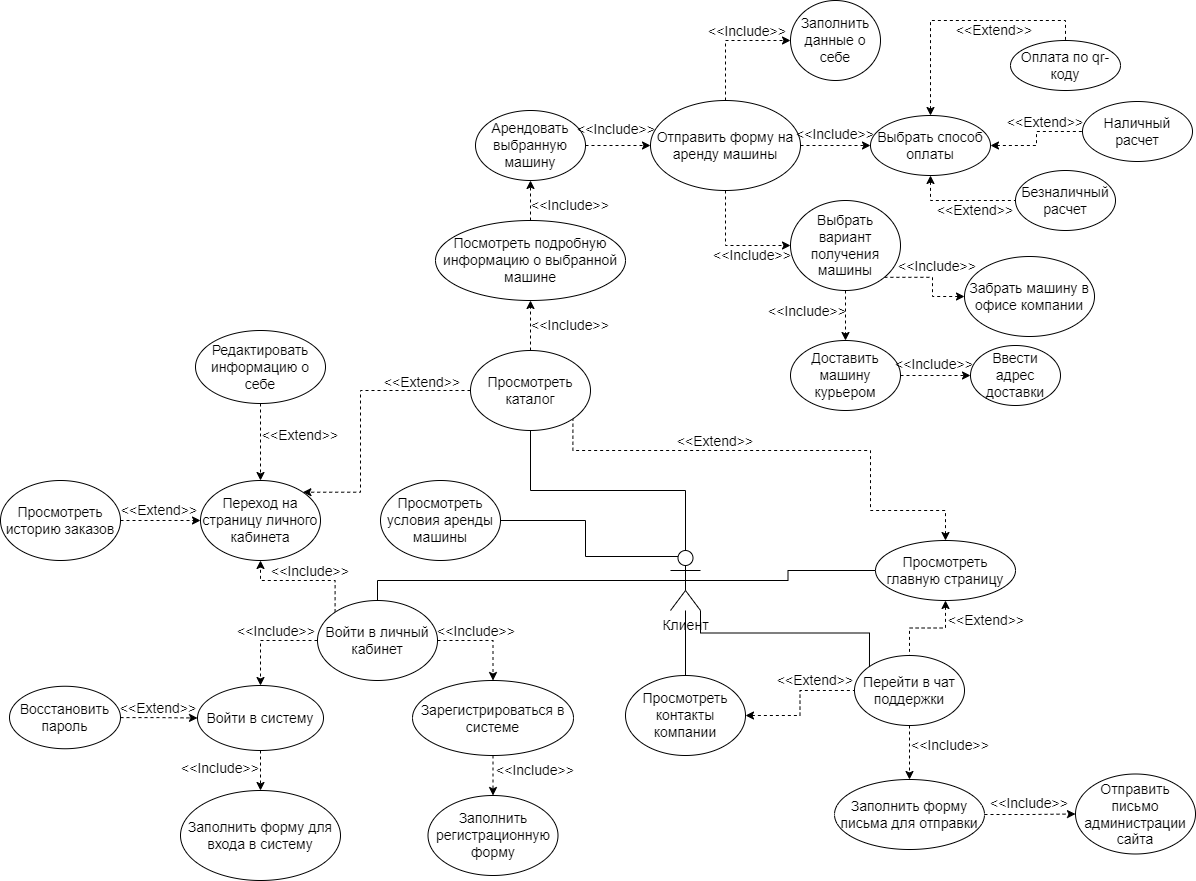
Earlier version of the draw.io export Diagrams/Диаграмма прецедентов (Use-case diagram)/Use Case-Клиент.drawio.png (plnppt/Programming-technologies-project). Source tidied: cells renumbered, new cells last; positions are measured from the earlier drawing's top-left corner, leaving out a move shared by most shapes.
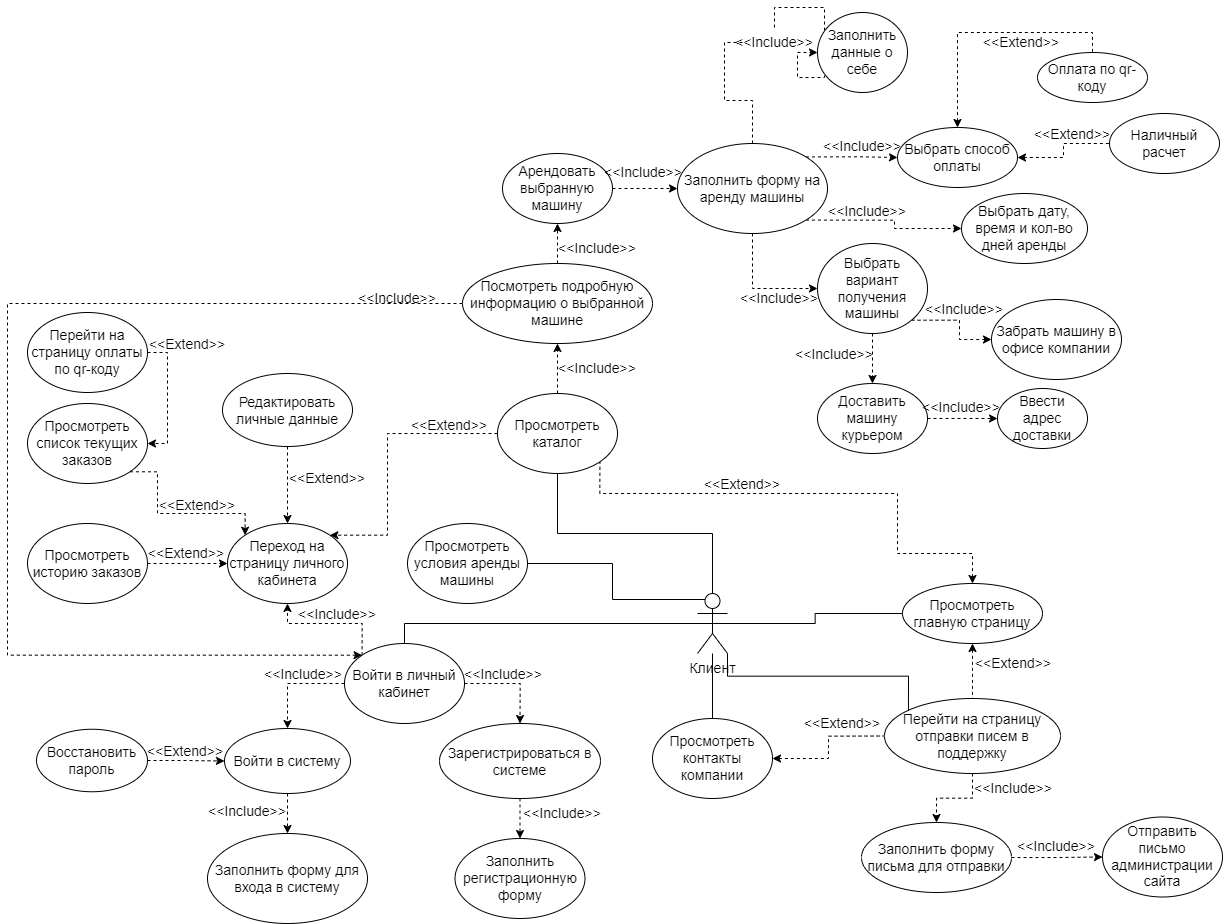
Above is the later version.

Change to the diagram source:
```diff
@@ -95,12 +95,20 @@
     <mxCell id="28" style="edgeStyle=orthogonalEdgeStyle;rounded=0;jettySize=auto;html=1;exitX=0.5;exitY=1;exitDx=0;exitDy=0;entryX=0.5;entryY=0;entryDx=0;entryDy=0;fontSize=14;dashed=1;" parent="1" edge="1" source="29" target="54">
       <mxGeometry relative="1" as="geometry" />
     </mxCell>
-    <mxCell id="29" value="Перейти в чат поддержки" style="ellipse;whiteSpace=wrap;html=1;fontSize=14;" parent="1" vertex="1">
-      <mxGeometry x="854" y="655" width="110" height="70" as="geometry" />
+    <mxCell id="29" value="Перейти на страницу отправки писем в поддержку" style="ellipse;whiteSpace=wrap;html=1;fontSize=14;" parent="1" vertex="1">
+      <mxGeometry x="857" y="655" width="176" height="75" as="geometry" />
     </mxCell>
     <mxCell id="30" style="edgeStyle=orthogonalEdgeStyle;rounded=0;jettySize=auto;html=1;exitX=0.5;exitY=0;exitDx=0;exitDy=0;entryX=0.5;entryY=1;entryDx=0;entryDy=0;fontSize=14;dashed=1;" parent="1" edge="1" source="31" target="33">
       <mxGeometry relative="1" as="geometry" />
     </mxCell>
+    <mxCell id="89" style="edgeStyle=orthogonalEdgeStyle;rounded=0;jettySize=auto;html=1;entryX=0;entryY=0;entryDx=0;entryDy=0;dashed=1;" parent="1" edge="1" source="31" target="19">
+      <mxGeometry relative="1" as="geometry">
+        <Array as="points">
+          <mxPoint x="-20" y="260" />
+          <mxPoint x="-20" y="612" />
+        </Array>
+      </mxGeometry>
+    </mxCell>
     <mxCell id="31" value="Посмотреть подробную информацию о выбранной машине" style="ellipse;whiteSpace=wrap;html=1;fontSize=14;" parent="1" vertex="1">
       <mxGeometry x="435" y="220" width="190" height="80" as="geometry" />
     </mxCell>
@@ -110,32 +118,32 @@
     <mxCell id="33" value="Арендовать выбранную машину" style="ellipse;whiteSpace=wrap;html=1;fontSize=14;" parent="1" vertex="1">
       <mxGeometry x="475" y="110" width="110" height="70" as="geometry" />
     </mxCell>
-    <mxCell id="34" style="edgeStyle=orthogonalEdgeStyle;rounded=0;jettySize=auto;html=1;exitX=0.5;exitY=0;exitDx=0;exitDy=0;entryX=0;entryY=0.5;entryDx=0;entryDy=0;fontSize=14;dashed=1;" parent="1" edge="1" source="37" target="38">
+    <mxCell id="34" style="edgeStyle=orthogonalEdgeStyle;rounded=0;jettySize=auto;html=1;exitX=0.5;exitY=0;exitDx=0;exitDy=0;entryX=0;entryY=0.5;entryDx=0;entryDy=0;fontSize=14;dashed=1;startArrow=none;" parent="1" edge="1" source="59" target="38">
       <mxGeometry relative="1" as="geometry" />
     </mxCell>
     <mxCell id="35" style="edgeStyle=orthogonalEdgeStyle;rounded=0;jettySize=auto;html=1;exitX=0.5;exitY=1;exitDx=0;exitDy=0;entryX=0;entryY=0.5;entryDx=0;entryDy=0;fontSize=14;dashed=1;" parent="1" edge="1" source="37" target="45">
       <mxGeometry relative="1" as="geometry" />
     </mxCell>
-    <mxCell id="36" style="edgeStyle=orthogonalEdgeStyle;rounded=0;jettySize=auto;html=1;exitX=1;exitY=0.5;exitDx=0;exitDy=0;entryX=0;entryY=0.5;entryDx=0;entryDy=0;fontSize=14;dashed=1;" parent="1" edge="1" source="37" target="42">
+    <mxCell id="36" style="edgeStyle=orthogonalEdgeStyle;rounded=0;jettySize=auto;html=1;exitX=1;exitY=0;exitDx=0;exitDy=0;entryX=0;entryY=0.5;entryDx=0;entryDy=0;fontSize=14;dashed=1;" parent="1" edge="1" source="37" target="42">
       <mxGeometry relative="1" as="geometry" />
     </mxCell>
+    <mxCell id="90" style="edgeStyle=orthogonalEdgeStyle;rounded=0;jettySize=auto;html=1;exitX=1;exitY=1;exitDx=0;exitDy=0;entryX=0;entryY=0.5;entryDx=0;entryDy=0;dashed=1;" parent="1" edge="1" source="37" target="93">
+      <mxGeometry relative="1" as="geometry" />
+    </mxCell>
-    <mxCell id="37" value="Отправить форму на аренду машины" style="ellipse;whiteSpace=wrap;html=1;fontSize=14;" parent="1" vertex="1">
+    <mxCell id="37" value="Заполнить форму на аренду машины" style="ellipse;whiteSpace=wrap;html=1;fontSize=14;" parent="1" vertex="1">
       <mxGeometry x="650" y="100" width="150" height="90" as="geometry" />
     </mxCell>
     <mxCell id="38" value="Заполнить данные о себе" style="ellipse;whiteSpace=wrap;html=1;fontSize=14;" parent="1" vertex="1">
-      <mxGeometry x="790" width="90" height="80" as="geometry" />
+      <mxGeometry x="790" y="-31" width="90" height="80" as="geometry" />
     </mxCell>
     <mxCell id="39" style="edgeStyle=orthogonalEdgeStyle;rounded=0;jettySize=auto;html=1;exitX=0.5;exitY=0;exitDx=0;exitDy=0;entryX=0.5;entryY=0;entryDx=0;entryDy=0;dashed=1;fontSize=14;startArrow=classic;startFill=1;endArrow=none;endFill=0;" parent="1" edge="1" source="42" target="46">
       <mxGeometry relative="1" as="geometry" />
     </mxCell>
-    <mxCell id="40" style="edgeStyle=orthogonalEdgeStyle;rounded=0;jettySize=auto;html=1;exitX=0.5;exitY=1;exitDx=0;exitDy=0;entryX=0;entryY=0.5;entryDx=0;entryDy=0;dashed=1;fontSize=14;startArrow=classic;startFill=1;endArrow=none;endFill=0;" parent="1" edge="1" source="42" target="48">
-      <mxGeometry relative="1" as="geometry" />
-    </mxCell>
     <mxCell id="41" style="edgeStyle=orthogonalEdgeStyle;rounded=0;jettySize=auto;html=1;exitX=1;exitY=0.5;exitDx=0;exitDy=0;entryX=0;entryY=0.5;entryDx=0;entryDy=0;dashed=1;fontSize=14;startArrow=classic;startFill=1;endArrow=none;endFill=0;" parent="1" edge="1" source="42" target="47">
       <mxGeometry relative="1" as="geometry" />
     </mxCell>
     <mxCell id="42" value="Выбрать способ оплаты" style="ellipse;whiteSpace=wrap;html=1;fontSize=14;" parent="1" vertex="1">
-      <mxGeometry x="870" y="115" width="120" height="60" as="geometry" />
+      <mxGeometry x="870" y="84" width="120" height="60" as="geometry" />
     </mxCell>
     <mxCell id="43" style="edgeStyle=orthogonalEdgeStyle;rounded=0;jettySize=auto;html=1;exitX=0.5;exitY=1;exitDx=0;exitDy=0;entryX=0.5;entryY=0;entryDx=0;entryDy=0;dashed=1;fontSize=14;startArrow=none;startFill=0;endArrow=classic;endFill=1;" parent="1" edge="1" source="45" target="50">
       <mxGeometry relative="1" as="geometry" />
@@ -147,14 +155,11 @@
       <mxGeometry x="790" y="200" width="110" height="90" as="geometry" />
     </mxCell>
     <mxCell id="46" value="Оплата по qr-коду" style="ellipse;whiteSpace=wrap;html=1;fontSize=14;" parent="1" vertex="1">
-      <mxGeometry x="1010" y="40" width="110" height="50" as="geometry" />
+      <mxGeometry x="1010" y="9" width="110" height="50" as="geometry" />
     </mxCell>
     <mxCell id="47" value="Наличный расчет" style="ellipse;whiteSpace=wrap;html=1;fontSize=14;" parent="1" vertex="1">
-      <mxGeometry x="1082" y="101" width="110" height="60" as="geometry" />
+      <mxGeometry x="1082" y="70" width="110" height="60" as="geometry" />
     </mxCell>
-    <mxCell id="48" value="Безналичный расчет" style="ellipse;whiteSpace=wrap;html=1;fontSize=14;" parent="1" vertex="1">
-      <mxGeometry x="1015" y="170" width="100" height="60" as="geometry" />
-    </mxCell>
     <mxCell id="49" style="edgeStyle=orthogonalEdgeStyle;rounded=0;jettySize=auto;html=1;entryX=0;entryY=0.5;entryDx=0;entryDy=0;dashed=1;fontSize=14;startArrow=none;startFill=0;endArrow=classic;endFill=1;" parent="1" edge="1" source="50" target="51">
       <mxGeometry relative="1" as="geometry" />
     </mxCell>
@@ -185,14 +190,11 @@
     <mxCell id="58" value="&amp;lt;&amp;lt;Include&amp;gt;&amp;gt;" style="text;html=1;strokeColor=none;fillColor=none;align=center;verticalAlign=middle;whiteSpace=wrap;rounded=0;fontSize=14;" parent="1" vertex="1">
       <mxGeometry x="586" y="114" width="60" height="30" as="geometry" />
     </mxCell>
-    <mxCell id="59" value="&amp;lt;&amp;lt;Include&amp;gt;&amp;gt;" style="text;html=1;strokeColor=none;fillColor=none;align=center;verticalAlign=middle;whiteSpace=wrap;rounded=0;fontSize=14;" parent="1" vertex="1">
-      <mxGeometry x="717" y="16" width="60" height="30" as="geometry" />
-    </mxCell>
     <mxCell id="60" value="&amp;lt;&amp;lt;Include&amp;gt;&amp;gt;" style="text;html=1;strokeColor=none;fillColor=none;align=center;verticalAlign=middle;whiteSpace=wrap;rounded=0;fontSize=14;" parent="1" vertex="1">
       <mxGeometry x="722" y="240" width="60" height="30" as="geometry" />
     </mxCell>
     <mxCell id="61" value="&amp;lt;&amp;lt;Include&amp;gt;&amp;gt;" style="text;html=1;strokeColor=none;fillColor=none;align=center;verticalAlign=middle;whiteSpace=wrap;rounded=0;fontSize=14;" parent="1" vertex="1">
-      <mxGeometry x="805" y="119" width="60" height="30" as="geometry" />
+      <mxGeometry x="805" y="88" width="60" height="30" as="geometry" />
     </mxCell>
     <mxCell id="62" value="&amp;lt;&amp;lt;Include&amp;gt;&amp;gt;" style="text;html=1;strokeColor=none;fillColor=none;align=center;verticalAlign=middle;whiteSpace=wrap;rounded=0;fontSize=14;" parent="1" vertex="1">
       <mxGeometry x="777" y="296" width="60" height="30" as="geometry" />
@@ -216,7 +218,7 @@
       <mxGeometry x="505" y="755" width="60" height="30" as="geometry" />
     </mxCell>
     <mxCell id="69" value="&amp;lt;&amp;lt;Include&amp;gt;&amp;gt;" style="text;html=1;strokeColor=none;fillColor=none;align=center;verticalAlign=middle;whiteSpace=wrap;rounded=0;fontSize=14;" parent="1" vertex="1">
-      <mxGeometry x="920" y="730" width="60" height="30" as="geometry" />
+      <mxGeometry x="956" y="730" width="60" height="30" as="geometry" />
     </mxCell>
     <mxCell id="70" value="&amp;lt;&amp;lt;Include&amp;gt;&amp;gt;" style="text;html=1;strokeColor=none;fillColor=none;align=center;verticalAlign=middle;whiteSpace=wrap;rounded=0;fontSize=14;" parent="1" vertex="1">
       <mxGeometry x="999" y="787.5" width="60" height="30" as="geometry" />
@@ -225,13 +227,10 @@
       <mxGeometry x="785" y="665" width="60" height="30" as="geometry" />
     </mxCell>
     <mxCell id="72" value="&amp;lt;&amp;lt;Extend&amp;gt;&amp;gt;" style="text;html=1;strokeColor=none;fillColor=none;align=center;verticalAlign=middle;whiteSpace=wrap;rounded=0;fontSize=14;" parent="1" vertex="1">
-      <mxGeometry x="964" y="15" width="60" height="30" as="geometry" />
+      <mxGeometry x="964" y="-16" width="60" height="30" as="geometry" />
     </mxCell>
-    <mxCell id="73" value="&amp;lt;&amp;lt;Extend&amp;gt;&amp;gt;" style="text;html=1;strokeColor=none;fillColor=none;align=center;verticalAlign=middle;whiteSpace=wrap;rounded=0;fontSize=14;" parent="1" vertex="1">
-      <mxGeometry x="945" y="195" width="60" height="30" as="geometry" />
-    </mxCell>
     <mxCell id="74" value="&amp;lt;&amp;lt;Extend&amp;gt;&amp;gt;" style="text;html=1;strokeColor=none;fillColor=none;align=center;verticalAlign=middle;whiteSpace=wrap;rounded=0;fontSize=14;" parent="1" vertex="1">
-      <mxGeometry x="1015" y="107" width="60" height="30" as="geometry" />
+      <mxGeometry x="1015" y="76" width="60" height="30" as="geometry" />
     </mxCell>
     <mxCell id="75" value="&amp;lt;&amp;lt;Extend&amp;gt;&amp;gt;" style="text;html=1;strokeColor=none;fillColor=none;align=center;verticalAlign=middle;whiteSpace=wrap;rounded=0;fontSize=14;" parent="1" vertex="1">
       <mxGeometry x="685" y="426" width="60" height="30" as="geometry" />
@@ -257,7 +256,7 @@
     <mxCell id="82" style="edgeStyle=orthogonalEdgeStyle;rounded=0;jettySize=auto;html=1;entryX=0.5;entryY=0;entryDx=0;entryDy=0;fontSize=14;startArrow=none;startFill=0;endArrow=classic;endFill=1;dashed=1;" parent="1" edge="1" source="83" target="77">
       <mxGeometry relative="1" as="geometry" />
     </mxCell>
-    <mxCell id="83" value="Редактировать информацию о себе" style="ellipse;whiteSpace=wrap;html=1;fontSize=14;" parent="1" vertex="1">
+    <mxCell id="83" value="Редактировать личные данные" style="ellipse;whiteSpace=wrap;html=1;fontSize=14;" parent="1" vertex="1">
       <mxGeometry x="195" y="330" width="130" height="73" as="geometry" />
     </mxCell>
     <mxCell id="84" value="&amp;lt;&amp;lt;Extend&amp;gt;&amp;gt;" style="text;html=1;strokeColor=none;fillColor=none;align=center;verticalAlign=middle;whiteSpace=wrap;rounded=0;fontSize=14;" parent="1" vertex="1">
@@ -275,5 +274,49 @@
     <mxCell id="88" value="&amp;lt;&amp;lt;Extend&amp;gt;&amp;gt;" style="text;html=1;strokeColor=none;fillColor=none;align=center;verticalAlign=middle;whiteSpace=wrap;rounded=0;fontSize=14;" parent="1" vertex="1">
       <mxGeometry x="128" y="693" width="60" height="30" as="geometry" />
     </mxCell>
+    <mxCell id="91" value="&lt;font style=&quot;font-size: 14px;&quot;&gt;&amp;lt;&amp;lt;Include&amp;gt;&amp;gt;&lt;/font&gt;" style="text;html=1;strokeColor=none;fillColor=none;align=center;verticalAlign=middle;whiteSpace=wrap;rounded=0;" parent="1" vertex="1">
+      <mxGeometry x="340" y="240" width="60" height="30" as="geometry" />
+    </mxCell>
+    <mxCell id="92" style="edgeStyle=orthogonalEdgeStyle;rounded=0;jettySize=auto;html=1;exitX=0.5;exitY=0;exitDx=0;exitDy=0;entryX=0;entryY=0.5;entryDx=0;entryDy=0;fontSize=14;dashed=1;endArrow=none;" parent="1" edge="1" source="37" target="59">
+      <mxGeometry relative="1" as="geometry" />
+    </mxCell>
+    <mxCell id="59" value="&amp;lt;&amp;lt;Include&amp;gt;&amp;gt;" style="text;html=1;strokeColor=none;fillColor=none;align=center;verticalAlign=middle;whiteSpace=wrap;rounded=0;fontSize=14;" parent="1" vertex="1">
+      <mxGeometry x="717" y="-16" width="60" height="30" as="geometry" />
+    </mxCell>
+    <mxCell id="93" value="Выбрать дату, время и кол-во дней аренды" style="ellipse;whiteSpace=wrap;html=1;fontSize=14;" parent="1" vertex="1">
+      <mxGeometry x="934" y="150" width="126" height="70" as="geometry" />
+    </mxCell>
+    <mxCell id="94" value="&amp;lt;&amp;lt;Include&amp;gt;&amp;gt;" style="text;html=1;strokeColor=none;fillColor=none;align=center;verticalAlign=middle;whiteSpace=wrap;rounded=0;fontSize=14;" parent="1" vertex="1">
+      <mxGeometry x="810" y="153" width="60" height="30" as="geometry" />
+    </mxCell>
+    <mxCell id="95" style="edgeStyle=orthogonalEdgeStyle;rounded=0;jettySize=auto;html=1;exitX=1;exitY=1;exitDx=0;exitDy=0;entryX=0;entryY=0;entryDx=0;entryDy=0;dashed=1;" parent="1" edge="1" source="96" target="77">
+      <mxGeometry relative="1" as="geometry">
+        <Array as="points">
+          <mxPoint x="130" y="428" />
+          <mxPoint x="130" y="470" />
+          <mxPoint x="218" y="470" />
+        </Array>
+      </mxGeometry>
+    </mxCell>
+    <mxCell id="96" value="Просмотреть список текущих заказов" style="ellipse;whiteSpace=wrap;html=1;fontSize=14;" parent="1" vertex="1">
+      <mxGeometry y="360" width="120" height="80" as="geometry" />
+    </mxCell>
+    <mxCell id="97" value="&amp;lt;&amp;lt;Extend&amp;gt;&amp;gt;" style="text;html=1;strokeColor=none;fillColor=none;align=center;verticalAlign=middle;whiteSpace=wrap;rounded=0;fontSize=14;" parent="1" vertex="1">
+      <mxGeometry x="140" y="447" width="60" height="30" as="geometry" />
+    </mxCell>
+    <mxCell id="98" style="edgeStyle=orthogonalEdgeStyle;rounded=0;jettySize=auto;html=1;entryX=1;entryY=0.5;entryDx=0;entryDy=0;dashed=1;" parent="1" edge="1" source="99" target="96">
+      <mxGeometry relative="1" as="geometry">
+        <Array as="points">
+          <mxPoint x="140" y="309" />
+          <mxPoint x="140" y="400" />
+        </Array>
+      </mxGeometry>
+    </mxCell>
+    <mxCell id="99" value="Перейти на страницу оплаты по qr-коду" style="ellipse;whiteSpace=wrap;html=1;fontSize=14;" parent="1" vertex="1">
+      <mxGeometry y="269" width="120" height="80" as="geometry" />
+    </mxCell>
+    <mxCell id="100" value="&amp;lt;&amp;lt;Extend&amp;gt;&amp;gt;" style="text;html=1;strokeColor=none;fillColor=none;align=center;verticalAlign=middle;whiteSpace=wrap;rounded=0;fontSize=14;" parent="1" vertex="1">
+      <mxGeometry x="130" y="286" width="60" height="30" as="geometry" />
+    </mxCell>
   </root>
 </mxGraphModel>
```
